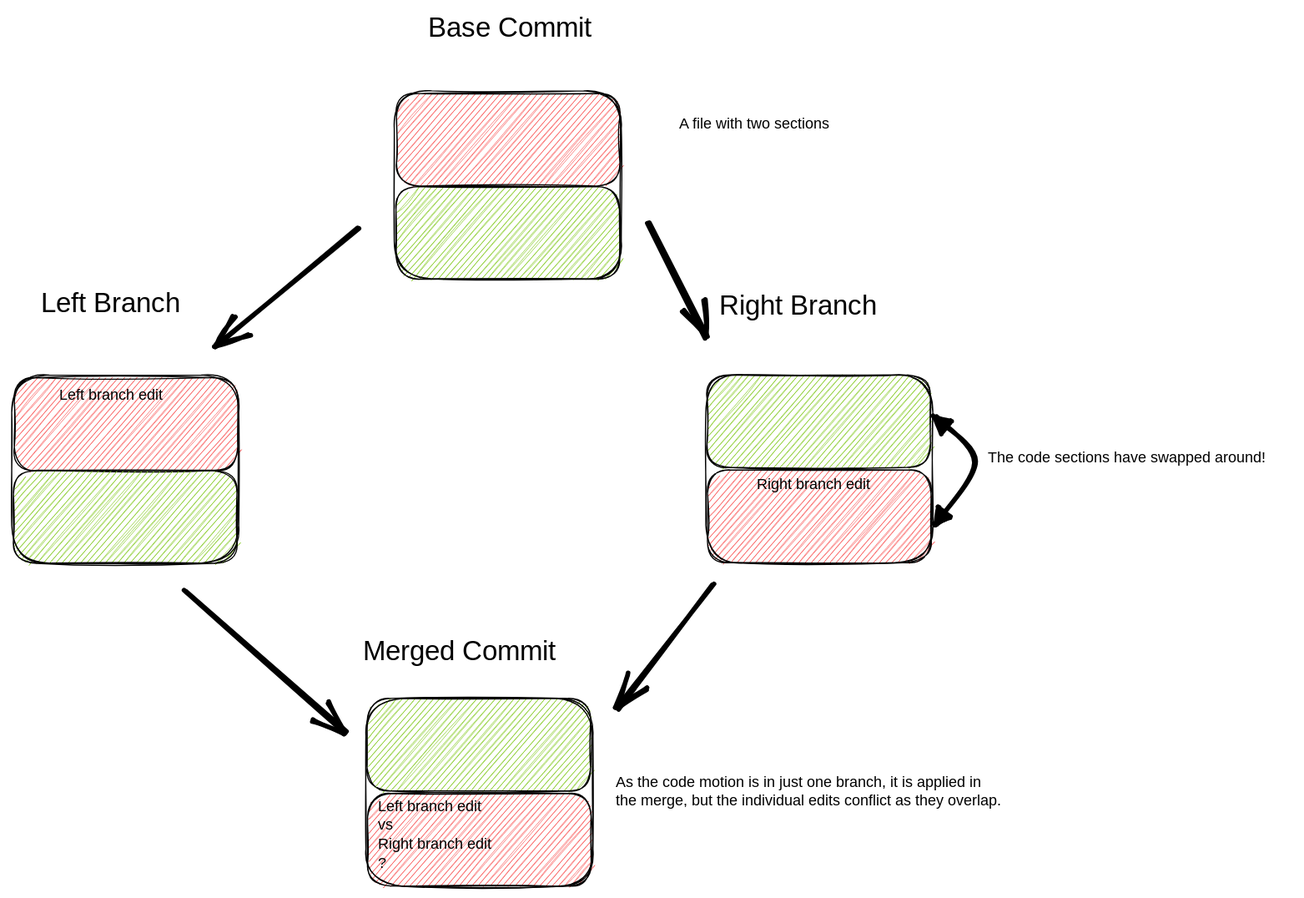
The Excalidraw diagram documents/SimpleCodeMotionWithAConflictedMerge.excalidraw.svg in sageserpent-open/kineticMerge, before a commit. Source tidied: one line per element, renumbered; positions are measured from the earlier drawing's top-left corner, leaving out a move shared by most shapes. Source of this version:
```json
{"id": 0, "type": "rectangle", "strokeColor": "#000000", "backgroundColor": "#fa5252", "fillStyle": "hachure", "strokeWidth": 1, "roughness": 1, "round": true, "x": 329, "y": 70, "width": 191, "height": 79}
{"id": 1, "type": "rectangle", "strokeColor": "#000000", "backgroundColor": "#82c91e", "fillStyle": "hachure", "strokeWidth": 1, "roughness": 1, "round": true, "x": 329, "y": 150, "width": 191, "height": 79}
{"id": 2, "type": "rectangle", "strokeColor": "#000000", "strokeWidth": 1, "roughness": 1, "round": true, "x": 327, "y": 68, "width": 194, "height": 161}
{"id": 3, "type": "text", "text": "A file with two sections", "strokeColor": "#000000", "strokeWidth": 1, "roughness": 1, "fontSize": 12.93, "fontFamily": 1, "x": 571, "y": 88, "width": 152, "height": 16}
{"id": 4, "type": "rectangle", "strokeColor": "#000000", "backgroundColor": "#fa5252", "fillStyle": "hachure", "strokeWidth": 1, "roughness": 1, "round": true, "x": 2, "y": 313, "width": 191, "height": 79}
{"id": 5, "type": "rectangle", "strokeColor": "#000000", "backgroundColor": "#82c91e", "fillStyle": "hachure", "strokeWidth": 1, "roughness": 1, "round": true, "x": 1, "y": 393, "width": 191, "height": 79}
{"id": 6, "type": "rectangle", "strokeColor": "#000000", "strokeWidth": 1, "roughness": 1, "round": true, "x": 0, "y": 311, "width": 194, "height": 161}
{"id": 7, "type": "rectangle", "strokeColor": "#000000", "backgroundColor": "#fa5252", "fillStyle": "hachure", "strokeWidth": 1, "roughness": 1, "round": true, "x": 596, "y": 392, "width": 191, "height": 79}
{"id": 8, "type": "rectangle", "strokeColor": "#000000", "backgroundColor": "#82c91e", "fillStyle": "hachure", "strokeWidth": 1, "roughness": 1, "round": true, "x": 595, "y": 311, "width": 191, "height": 79}
{"id": 9, "type": "rectangle", "strokeColor": "#000000", "strokeWidth": 1, "roughness": 1, "round": true, "x": 594, "y": 311, "width": 194, "height": 161}
{"id": 10, "type": "text", "text": "Left branch edit", "strokeColor": "#000000", "strokeWidth": 1, "roughness": 1, "fontSize": 12.93, "fontFamily": 1, "x": 40, "y": 321, "width": 106, "height": 16}
{"id": 11, "type": "text", "text": "Left Branch", "strokeColor": "#000000", "strokeWidth": 1, "roughness": 1, "fontSize": 23.28, "fontFamily": 1, "x": 25, "y": 236, "width": 139, "height": 29}
{"id": 12, "type": "text", "text": "Right Branch", "strokeColor": "#000000", "strokeWidth": 1, "roughness": 1, "fontSize": 23.28, "fontFamily": 1, "x": 606, "y": 238, "width": 145, "height": 29}
{"id": 13, "type": "text", "text": "Base Commit", "strokeColor": "#000000", "strokeWidth": 1, "roughness": 1, "fontSize": 23.28, "fontFamily": 1, "x": 356, "y": 0, "width": 145, "height": 29}
{"id": 14, "type": "text", "text": "Right branch edit", "strokeColor": "#000000", "strokeWidth": 1, "roughness": 1, "fontSize": 12.93, "fontFamily": 1, "x": 638, "y": 397, "width": 109, "height": 16}
{"id": 15, "type": "text", "text": "Merged Commit", "strokeColor": "#000000", "strokeWidth": 1, "roughness": 1, "fontSize": 23.28, "fontFamily": 1, "x": 300, "y": 533, "width": 165, "height": 29}
{"id": 16, "type": "text", "text": "The code sections have swapped around!", "strokeColor": "#000000", "strokeWidth": 1, "roughness": 1, "fontSize": 12.93, "fontFamily": 1, "x": 836, "y": 374, "width": 261, "height": 16}
{"id": 17, "type": "rectangle", "strokeColor": "#000000", "backgroundColor": "#fa5252", "fillStyle": "hachure", "strokeWidth": 1, "roughness": 1, "round": true, "x": 305, "y": 669, "width": 191, "height": 79}
{"id": 18, "type": "rectangle", "strokeColor": "#000000", "backgroundColor": "#82c91e", "fillStyle": "hachure", "strokeWidth": 1, "roughness": 1, "round": true, "x": 304, "y": 588, "width": 191, "height": 79}
{"id": 19, "type": "rectangle", "strokeColor": "#000000", "strokeWidth": 1, "roughness": 1, "round": true, "x": 303, "y": 588, "width": 194, "height": 161}
{"id": 20, "type": "arrow", "strokeColor": "#000000", "strokeWidth": 4, "roughness": 1, "endArrowhead": "arrow", "round": true, "from": 2, "to": 6, "x": 297, "y": 184, "width": 122, "height": 101, "points": [[0, 0], [-122, 101]]}
{"id": 21, "type": "arrow", "strokeColor": "#000000", "strokeWidth": 4, "roughness": 1, "endArrowhead": "arrow", "round": true, "from": 2, "to": 12, "x": 545, "y": 180, "width": 50, "height": 99, "points": [[0, 0], [50, 99]]}
{"id": 22, "type": "arrow", "strokeColor": "#000000", "strokeWidth": 4, "roughness": 1, "endArrowhead": "arrow", "round": true, "from": 6, "to": 19, "x": 149, "y": 496, "width": 138, "height": 120, "points": [[0, 0], [138, 120]]}
{"id": 23, "type": "arrow", "strokeColor": "#000000", "strokeWidth": 4, "roughness": 1, "endArrowhead": "arrow", "round": true, "from": 9, "to": 19, "x": 601, "y": 491, "width": 81, "height": 106, "points": [[0, 0], [-81, 106]]}
{"id": 24, "type": "text", "text": "As the code motion is in just one branch, it is applied in\nthe merge, but the individual edits conflict as they overlap.", "strokeColor": "#000000", "strokeWidth": 4, "roughness": 1, "fontSize": 12.93, "fontFamily": 1, "x": 517, "y": 652, "width": 383, "height": 32}
{"id": 25, "type": "arrow", "strokeColor": "#000000", "strokeWidth": 4, "roughness": 1, "startArrowhead": "triangle", "endArrowhead": "triangle", "round": true, "from": 9, "x": 790, "y": 346, "width": 35, "height": 93, "points": [[0, 0], [35, 39], [0, 93]]}
{"id": 26, "type": "text", "text": "Left branch edit\nvs\nRight branch edit\n?", "strokeColor": "#000000", "strokeWidth": 1, "roughness": 1, "fontSize": 12.93, "fontFamily": 1, "x": 313, "y": 673, "width": 109, "height": 65}
```
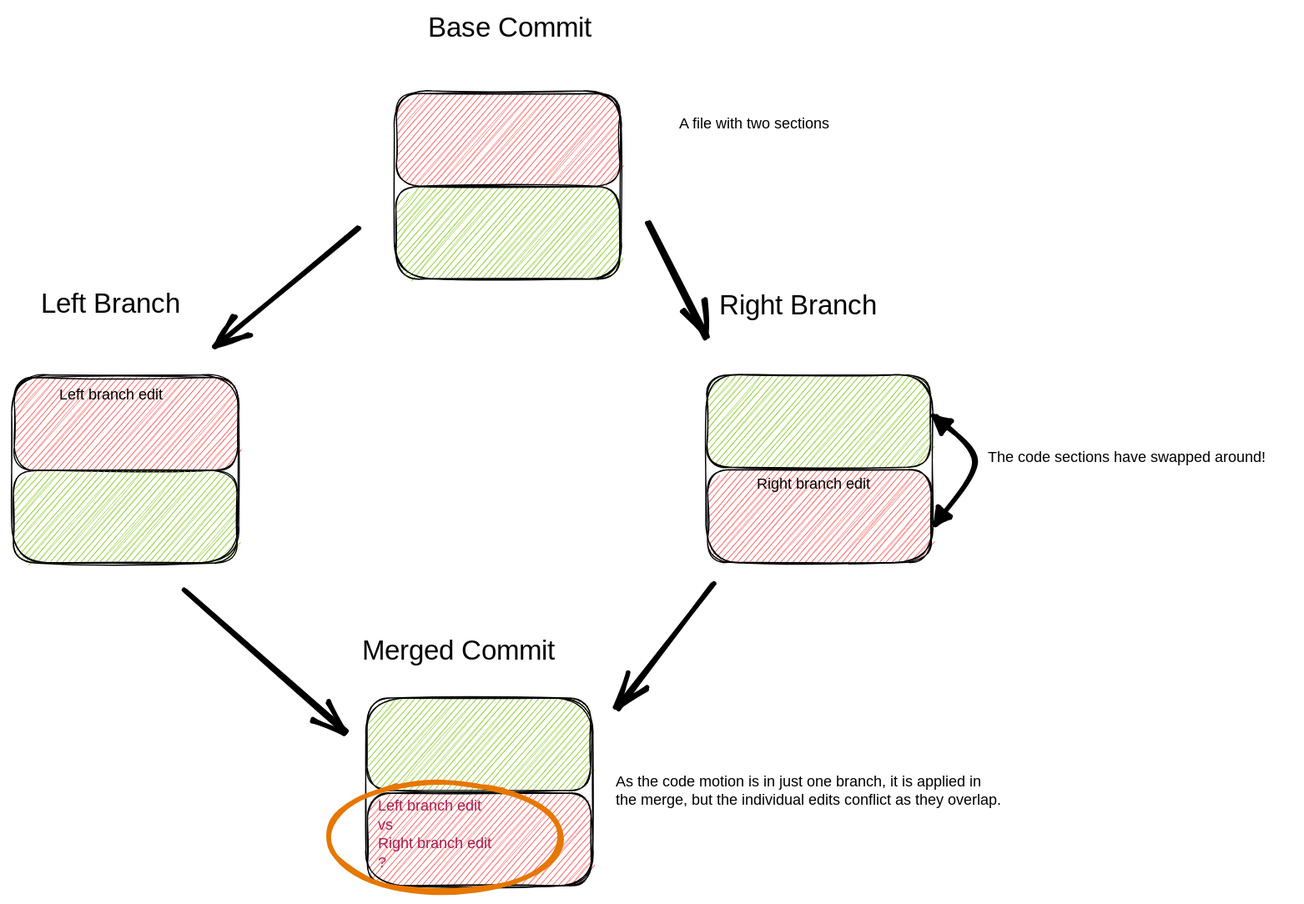
The same file after the commit.

Commit message:
Highlight the conflict.

The edit, as a diff of the source:
```diff
@@ -24,4 +24,5 @@
 {"id": 23, "type": "arrow", "strokeColor": "#000000", "strokeWidth": 4, "roughness": 1, "endArrowhead": "arrow", "round": true, "from": 9, "to": 19, "x": 601, "y": 491, "width": 81, "height": 106, "points": [[0, 0], [-81, 106]]}
 {"id": 24, "type": "text", "text": "As the code motion is in just one branch, it is applied in\nthe merge, but the individual edits conflict as they overlap.", "strokeColor": "#000000", "strokeWidth": 4, "roughness": 1, "fontSize": 12.93, "fontFamily": 1, "x": 517, "y": 652, "width": 383, "height": 32}
 {"id": 25, "type": "arrow", "strokeColor": "#000000", "strokeWidth": 4, "roughness": 1, "startArrowhead": "triangle", "endArrowhead": "triangle", "round": true, "from": 9, "x": 790, "y": 346, "width": 35, "height": 93, "points": [[0, 0], [35, 39], [0, 93]]}
-{"id": 26, "type": "text", "text": "Left branch edit\nvs\nRight branch edit\n?", "strokeColor": "#000000", "strokeWidth": 1, "roughness": 1, "fontSize": 12.93, "fontFamily": 1, "x": 313, "y": 673, "width": 109, "height": 65}
+{"id": 26, "type": "text", "text": "Left branch edit\nvs\nRight branch edit\n?", "strokeColor": "#a61e4d", "strokeWidth": 1, "roughness": 1, "fontSize": 12.93, "fontFamily": 1, "x": 313, "y": 673, "width": 109, "height": 65}
+{"id": 27, "type": "ellipse", "strokeColor": "#e67700", "strokeWidth": 4, "roughness": 1, "round": true, "x": 271, "y": 660, "width": 199, "height": 94}
```
